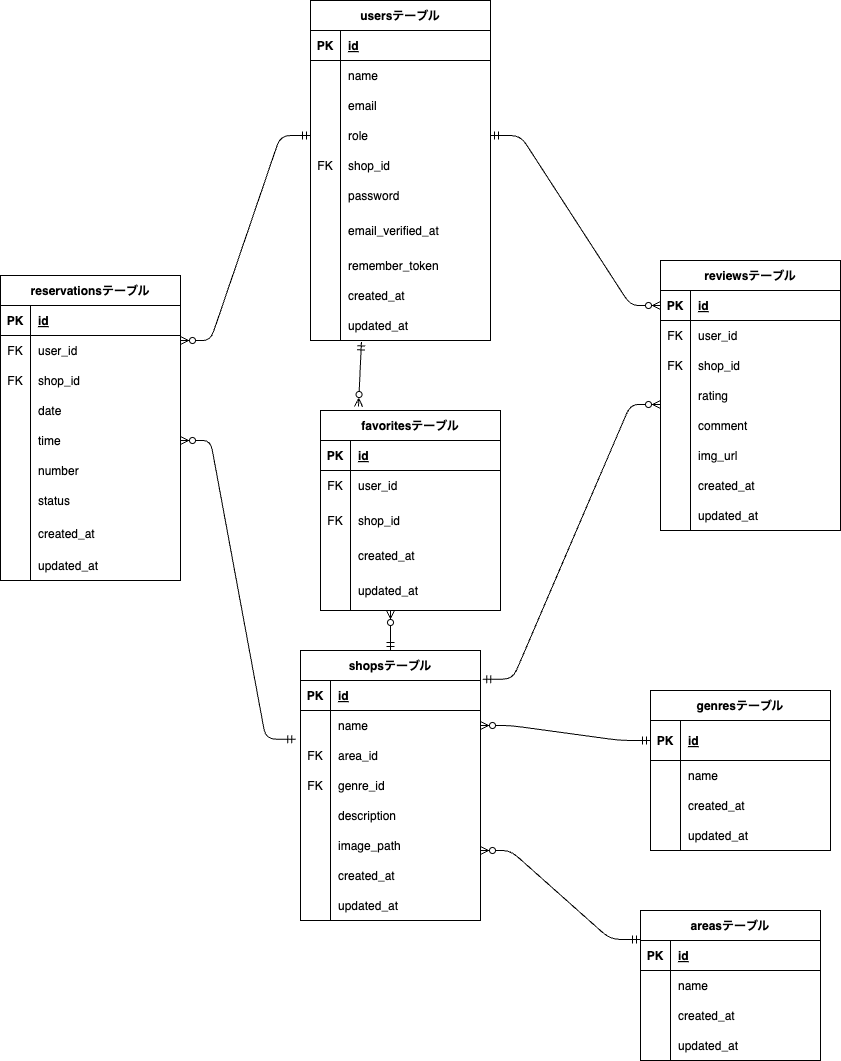
kngshi/sim_rese keeps this draw.io diagram as src/erd.drawio.png. Above is the earlier version. Source tidied: cells renumbered, new cells last; positions are measured from the earlier drawing's top-left corner, leaving out a move shared by most shapes.
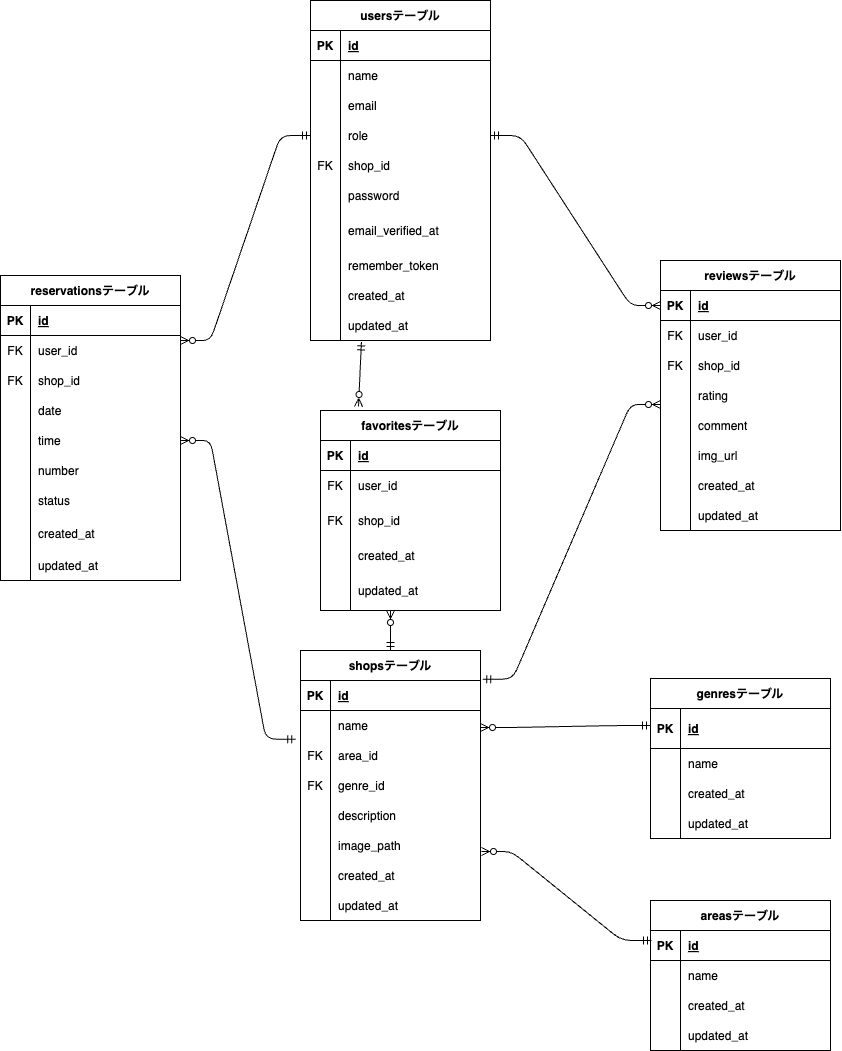
After the commit.

Change to the diagram source:
```diff
@@ -96,7 +96,7 @@
       <mxGeometry x="30" width="150" height="30" as="geometry" />
     </mxCell>
     <mxCell id="33" value="areasテーブル" style="shape=table;startSize=30;rowLines=0;fontStyle=1;align=center;" parent="1" vertex="1">
-      <mxGeometry x="640" y="910" width="180" height="150" as="geometry" />
+      <mxGeometry x="650" y="900" width="180" height="150" as="geometry" />
     </mxCell>
     <mxCell id="34" style="shape=tableRow;horizontal=0;startSize=0;swimlaneHead=0;swimlaneBody=0;fillColor=none;top=0;left=0;right=0;bottom=1;" parent="33" vertex="1">
       <mxGeometry y="30" width="180" height="30" as="geometry" />
@@ -135,7 +135,7 @@
       <mxGeometry x="30" width="150" height="30" as="geometry" />
     </mxCell>
     <mxCell id="46" value="genresテーブル" style="shape=table;startSize=30;rowLines=0;fontStyle=1;align=center;" parent="1" vertex="1">
-      <mxGeometry x="650" y="690" width="180" height="160" as="geometry" />
+      <mxGeometry x="650" y="678" width="180" height="160" as="geometry" />
     </mxCell>
     <mxCell id="47" style="shape=tableRow;horizontal=0;startSize=0;swimlaneHead=0;swimlaneBody=0;fillColor=none;points=[[0,0.5],[1,0.5]];portConstraint=eastwest;top=0;left=0;right=0;bottom=1;" parent="46" vertex="1">
       <mxGeometry y="30" width="180" height="40" as="geometry" />
@@ -455,13 +455,16 @@
     <mxCell id="152" value="updated_at" style="shape=partialRectangle;fillColor=none;top=0;left=0;bottom=0;right=0;align=left;spacingLeft=6;overflow=hidden;" parent="150" vertex="1">
       <mxGeometry x="30" width="150" height="30" as="geometry" />
     </mxCell>
-    <mxCell id="153" style="edgeStyle=entityRelationEdgeStyle;fontSize=12;html=1;endArrow=ERmandOne;startArrow=ERzeroToMany;startFill=0;entryX=0;entryY=0.5;entryDx=0;entryDy=0;exitX=1;exitY=0.5;exitDx=0;exitDy=0;" parent="1" edge="1" source="88" target="47">
-      <mxGeometry relative="1" as="geometry" />
+    <mxCell id="153" style="edgeStyle=entityRelationEdgeStyle;fontSize=12;html=1;endArrow=ERmandOne;startArrow=ERzeroToMany;startFill=0;entryX=0;entryY=0.5;entryDx=0;entryDy=0;exitX=1;exitY=0.5;exitDx=0;exitDy=0;" parent="1" edge="1">
+      <mxGeometry relative="1" as="geometry">
+        <mxPoint x="480" y="727" as="sourcePoint" />
+        <mxPoint x="650" y="725" as="targetPoint" />
+      </mxGeometry>
     </mxCell>
     <mxCell id="154" style="edgeStyle=entityRelationEdgeStyle;fontSize=12;html=1;endArrow=ERmandOne;startArrow=ERzeroToMany;startFill=0;" parent="1" edge="1">
       <mxGeometry relative="1" as="geometry">
-        <mxPoint x="480" y="850" as="sourcePoint" />
-        <mxPoint x="640" y="939" as="targetPoint" />
+        <mxPoint x="481" y="851" as="sourcePoint" />
+        <mxPoint x="651" y="940" as="targetPoint" />
       </mxGeometry>
     </mxCell>
     <mxCell id="155" style="edgeStyle=entityRelationEdgeStyle;fontSize=12;html=1;endArrow=ERmandOne;startArrow=ERzeroToMany;entryX=0;entryY=0.5;entryDx=0;entryDy=0;endFill=0;startFill=0;" parent="1" edge="1" target="12">
```
